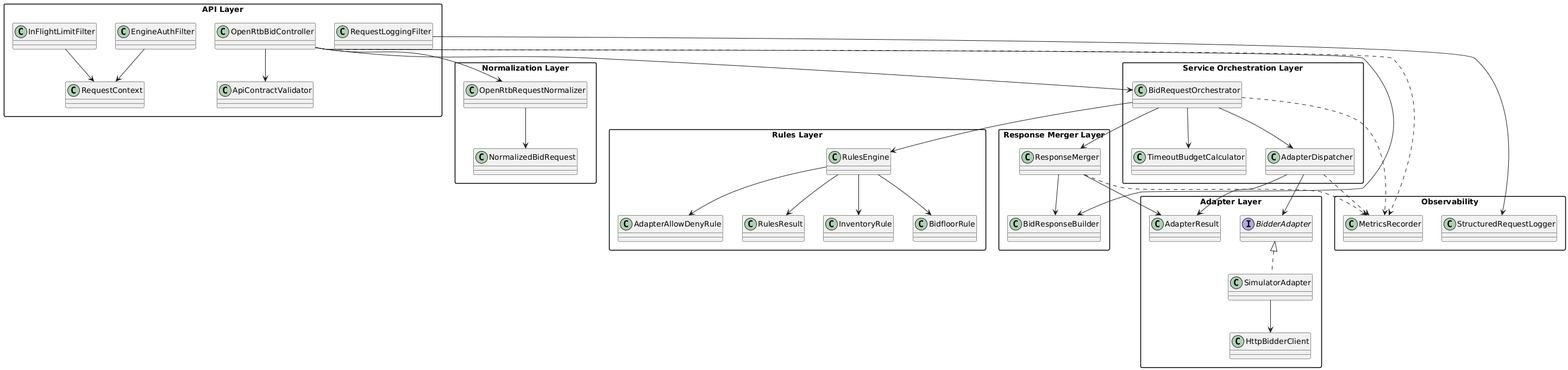
This is bidbridge-engine/docs/architecture-class-diagram.png from rodede/bidbridge-openrtb-gateway, a PlantUML export, as it was before one commit. The source it was exported from:
```plantuml
@startuml
skinparam packageStyle rectangle
skinparam classAttributeIconSize 0

package "API Layer" {
  class OpenRtbBidController
  class EngineAuthFilter
  class InFlightLimitFilter
  class RequestLoggingFilter
  class ApiContractValidator
  class RequestContext
}

package "Normalization Layer" {
  class OpenRtbRequestNormalizer
  class NormalizedBidRequest
}

package "Rules Layer" {
  class RulesEngine
  class InventoryRule
  class BidfloorRule
  class AdapterAllowDenyRule
  class RulesResult
}

package "Service Orchestration Layer" {
  class BidRequestOrchestrator
  class TimeoutBudgetCalculator
  class AdapterDispatcher
}

package "Adapter Layer" {
  interface BidderAdapter
  class SimulatorAdapter
  class HttpBidderClient
  class AdapterResult
}

package "Response Merger Layer" {
  class ResponseMerger
  class BidResponseBuilder
}

package "Observability" {
  class MetricsRecorder
  class StructuredRequestLogger
}

OpenRtbBidController --> ApiContractValidator
OpenRtbBidController --> OpenRtbRequestNormalizer
OpenRtbBidController --> BidRequestOrchestrator
OpenRtbBidController --> BidResponseBuilder

EngineAuthFilter --> RequestContext
InFlightLimitFilter --> RequestContext
RequestLoggingFilter --> StructuredRequestLogger

OpenRtbRequestNormalizer --> NormalizedBidRequest

BidRequestOrchestrator --> RulesEngine
RulesEngine --> InventoryRule
RulesEngine --> BidfloorRule
RulesEngine --> AdapterAllowDenyRule
RulesEngine --> RulesResult

BidRequestOrchestrator --> TimeoutBudgetCalculator
BidRequestOrchestrator --> AdapterDispatcher
AdapterDispatcher --> BidderAdapter
BidderAdapter <|.. SimulatorAdapter
SimulatorAdapter --> HttpBidderClient
AdapterDispatcher --> AdapterResult

BidRequestOrchestrator --> ResponseMerger
ResponseMerger --> AdapterResult
ResponseMerger --> BidResponseBuilder

OpenRtbBidController ..> MetricsRecorder
BidRequestOrchestrator ..> MetricsRecorder
AdapterDispatcher ..> MetricsRecorder
ResponseMerger ..> MetricsRecorder
@enduml
```
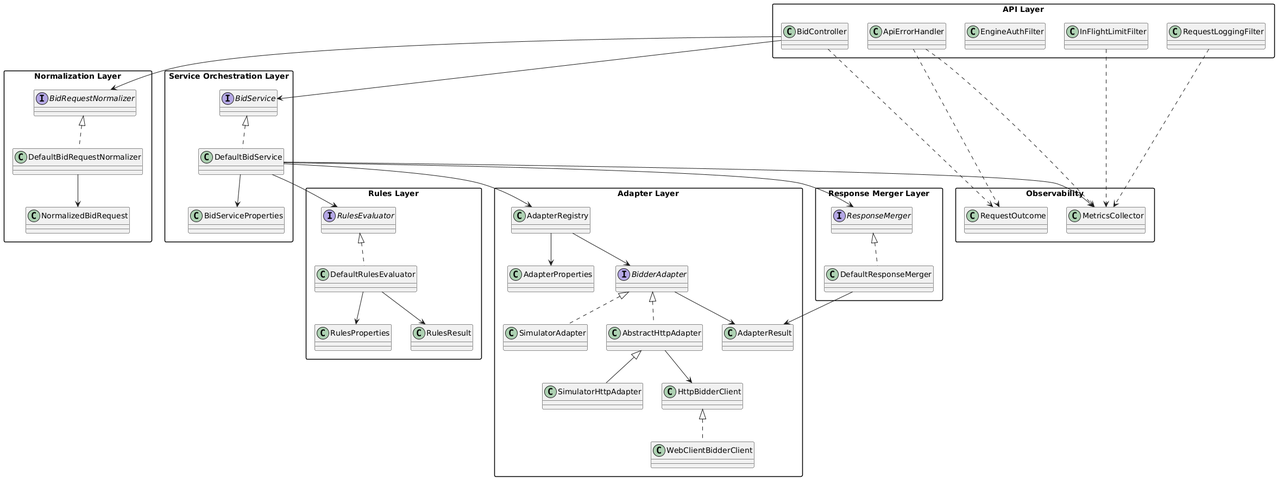
After the commit.

Change to the diagram source:
```diff
@@ -3,80 +3,86 @@
 skinparam classAttributeIconSize 0
 
 package "API Layer" {
-  class OpenRtbBidController
+  class BidController
+  class ApiErrorHandler
   class EngineAuthFilter
   class InFlightLimitFilter
   class RequestLoggingFilter
-  class ApiContractValidator
-  class RequestContext
 }
 
 package "Normalization Layer" {
-  class OpenRtbRequestNormalizer
+  interface BidRequestNormalizer
+  class DefaultBidRequestNormalizer
   class NormalizedBidRequest
 }
 
 package "Rules Layer" {
-  class RulesEngine
-  class InventoryRule
-  class BidfloorRule
-  class AdapterAllowDenyRule
+  interface RulesEvaluator
+  class DefaultRulesEvaluator
+  class RulesProperties
   class RulesResult
 }
 
 package "Service Orchestration Layer" {
-  class BidRequestOrchestrator
-  class TimeoutBudgetCalculator
-  class AdapterDispatcher
+  interface BidService
+  class DefaultBidService
+  class BidServiceProperties
 }
 
 package "Adapter Layer" {
+  class AdapterRegistry
+  class AdapterProperties
   interface BidderAdapter
   class SimulatorAdapter
+  class SimulatorHttpAdapter
+  class AbstractHttpAdapter
   class HttpBidderClient
+  class WebClientBidderClient
   class AdapterResult
 }
 
 package "Response Merger Layer" {
-  class ResponseMerger
-  class BidResponseBuilder
+  interface ResponseMerger
+  class DefaultResponseMerger
 }
 
 package "Observability" {
-  class MetricsRecorder
-  class StructuredRequestLogger
+  class MetricsCollector
+  class RequestOutcome
 }
 
-OpenRtbBidController --> ApiContractValidator
-OpenRtbBidController --> OpenRtbRequestNormalizer
-OpenRtbBidController --> BidRequestOrchestrator
-OpenRtbBidController --> BidResponseBuilder
+BidController --> BidRequestNormalizer
+BidController --> BidService
+BidController ..> RequestOutcome
+ApiErrorHandler ..> MetricsCollector
+ApiErrorHandler ..> RequestOutcome
 
-EngineAuthFilter --> RequestContext
-InFlightLimitFilter --> RequestContext
-RequestLoggingFilter --> StructuredRequestLogger
+BidRequestNormalizer <|.. DefaultBidRequestNormalizer
+DefaultBidRequestNormalizer --> NormalizedBidRequest
 
-OpenRtbRequestNormalizer --> NormalizedBidRequest
+BidService <|.. DefaultBidService
+DefaultBidService --> AdapterRegistry
+DefaultBidService --> RulesEvaluator
+DefaultBidService --> ResponseMerger
+DefaultBidService --> MetricsCollector
+DefaultBidService --> BidServiceProperties
 
-BidRequestOrchestrator --> RulesEngine
-RulesEngine --> InventoryRule
-RulesEngine --> BidfloorRule
-RulesEngine --> AdapterAllowDenyRule
-RulesEngine --> RulesResult
+RulesEvaluator <|.. DefaultRulesEvaluator
+DefaultRulesEvaluator --> RulesProperties
+DefaultRulesEvaluator --> RulesResult
 
-BidRequestOrchestrator --> TimeoutBudgetCalculator
-BidRequestOrchestrator --> AdapterDispatcher
-AdapterDispatcher --> BidderAdapter
+AdapterRegistry --> BidderAdapter
+AdapterRegistry --> AdapterProperties
 BidderAdapter <|.. SimulatorAdapter
-SimulatorAdapter --> HttpBidderClient
-AdapterDispatcher --> AdapterResult
+BidderAdapter <|.. AbstractHttpAdapter
+AbstractHttpAdapter <|-- SimulatorHttpAdapter
+AbstractHttpAdapter --> HttpBidderClient
+HttpBidderClient <|.. WebClientBidderClient
+BidderAdapter --> AdapterResult
 
-BidRequestOrchestrator --> ResponseMerger
-ResponseMerger --> AdapterResult
-ResponseMerger --> BidResponseBuilder
+ResponseMerger <|.. DefaultResponseMerger
+DefaultResponseMerger --> AdapterResult
 
-OpenRtbBidController ..> MetricsRecorder
-BidRequestOrchestrator ..> MetricsRecorder
-AdapterDispatcher ..> MetricsRecorder
-ResponseMerger ..> MetricsRecorder
+RequestLoggingFilter ..> MetricsCollector
+InFlightLimitFilter ..> MetricsCollector
 @enduml
```
